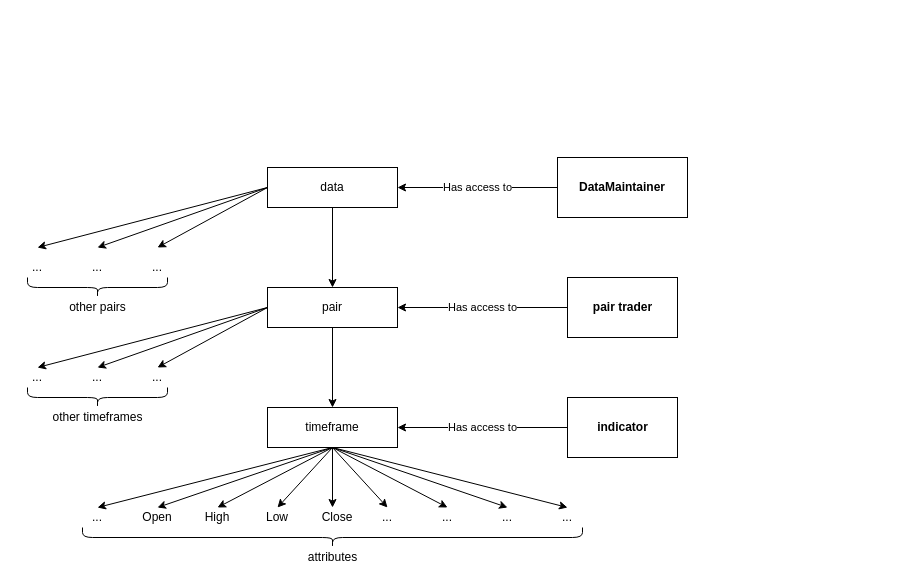
Earlier version of the draw.io diagram resources/DataMaintainer.drawio (9rib-on-the-grind/cry). Source tidied: cells renumbered, new cells numbered last; positions are measured from the earlier drawing's top-left corner, leaving out a move shared by most shapes. Both pictures are drawn from the tidied source at 100%, with x=0, y=0 at pixel (17, 157).
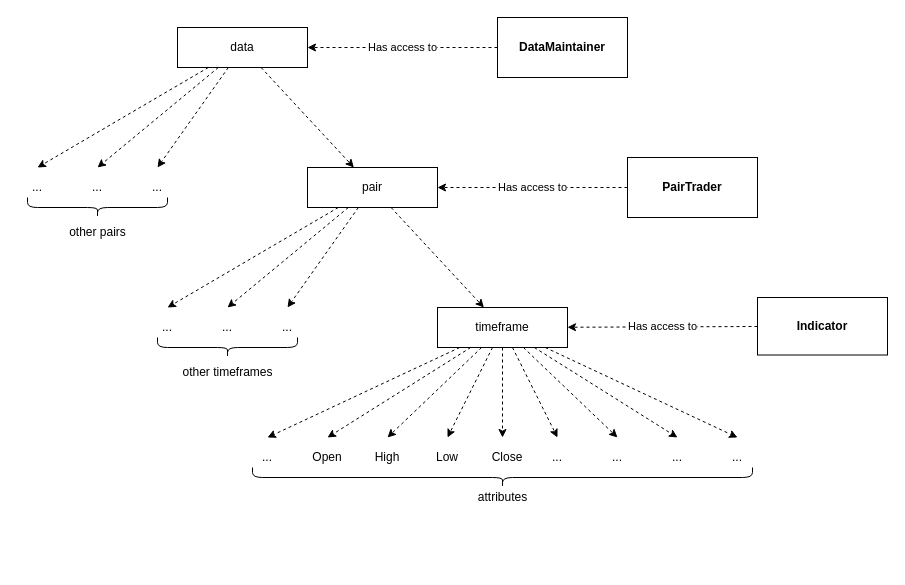
After the change.

Change to the diagram source:
```diff
@@
-    <mxCell id="2" value="data" style="rounded=0;whiteSpace=wrap;html=1;" parent="1" vertex="1">
-      <mxGeometry x="250" y="10" width="130" height="40" as="geometry" />
+    <mxCell id="2" value="pair" style="rounded=0;whiteSpace=wrap;html=1;" parent="1" vertex="1">
+      <mxGeometry x="290" y="10" width="130" height="40" as="geometry" />
     </mxCell>
-    <mxCell id="3" value="pair" style="rounded=0;whiteSpace=wrap;html=1;" parent="1" vertex="1">
-      <mxGeometry x="250" y="130" width="130" height="40" as="geometry" />
+    <mxCell id="3" value="timeframe" style="rounded=0;whiteSpace=wrap;html=1;" parent="1" vertex="1">
+      <mxGeometry x="420" y="150" width="130" height="40" as="geometry" />
     </mxCell>
-    <mxCell id="4" value="timeframe" style="rounded=0;whiteSpace=wrap;html=1;" parent="1" vertex="1">
-      <mxGeometry x="250" y="250" width="130" height="40" as="geometry" />
-    </mxCell>
-    <mxCell id="5" value="&lt;span style=&quot;color: rgb(0, 0, 0); font-family: helvetica; font-size: 11px; font-style: normal; font-weight: 400; letter-spacing: normal; text-align: center; text-indent: 0px; text-transform: none; word-spacing: 0px; background-color: rgb(255, 255, 255); display: inline; float: none;&quot;&gt;Has access to&lt;/span&gt;" style="edgeStyle=orthogonalEdgeStyle;rounded=0;jettySize=auto;html=1;entryX=1;entryY=0.5;entryDx=0;entryDy=0;" parent="1" edge="1" source="6" target="4">
-      <mxGeometry relative="1" as="geometry" />
-    </mxCell>
-    <mxCell id="6" value="&lt;b&gt;indicator&lt;/b&gt;" style="html=1;" parent="1" vertex="1">
-      <mxGeometry x="550" y="240" width="110" height="60" as="geometry" />
-    </mxCell>
-    <mxCell id="7" value="Has access to" style="edgeStyle=orthogonalEdgeStyle;rounded=0;jettySize=auto;html=1;entryX=1;entryY=0.5;entryDx=0;entryDy=0;" parent="1" edge="1" source="8" target="3">
-      <mxGeometry relative="1" as="geometry" />
-    </mxCell>
-    <mxCell id="8" value="&lt;b&gt;pair trader&lt;/b&gt;" style="html=1;" parent="1" vertex="1">
-      <mxGeometry x="550" y="120" width="110" height="60" as="geometry" />
-    </mxCell>
-    <mxCell id="9" style="endArrow=classic;html=1;exitX=0;exitY=0.5;exitDx=0;exitDy=0;" parent="1" edge="1" source="2">
-      <mxGeometry relative="1" as="geometry">
-        <mxPoint x="20" y="90" as="targetPoint" />
-      </mxGeometry>
-    </mxCell>
-    <mxCell id="10" style="endArrow=classic;html=1;exitX=0;exitY=0.5;exitDx=0;exitDy=0;" parent="1" edge="1" source="2">
-      <mxGeometry relative="1" as="geometry">
-        <mxPoint x="80" y="90" as="targetPoint" />
-      </mxGeometry>
-    </mxCell>
-    <mxCell id="11" style="endArrow=classic;html=1;" parent="1" edge="1">
-      <mxGeometry relative="1" as="geometry">
-        <mxPoint x="250" y="30" as="sourcePoint" />
-        <mxPoint x="140" y="90" as="targetPoint" />
-      </mxGeometry>
-    </mxCell>
-    <mxCell id="12" style="endArrow=classic;html=1;" parent="1" edge="1" source="2" target="3">
+    <mxCell id="12" style="endArrow=classic;html=1;dashed=1;" parent="1" edge="1" source="2" target="3">
       <mxGeometry relative="1" as="geometry" />
     </mxCell>
-    <mxCell id="13" style="endArrow=classic;html=1;" parent="1" edge="1" source="3" target="4">
-      <mxGeometry relative="1" as="geometry" />
-    </mxCell>
-    <mxCell id="14" style="endArrow=classic;html=1;exitX=0;exitY=0.5;exitDx=0;exitDy=0;" parent="1" edge="1">
-      <mxGeometry relative="1" as="geometry">
-        <mxPoint x="250" y="150" as="sourcePoint" />
-        <mxPoint x="20" y="210" as="targetPoint" />
-      </mxGeometry>
-    </mxCell>
-    <mxCell id="15" style="endArrow=classic;html=1;exitX=0;exitY=0.5;exitDx=0;exitDy=0;" parent="1" edge="1">
-      <mxGeometry relative="1" as="geometry">
-        <mxPoint x="250" y="150" as="sourcePoint" />
-        <mxPoint x="80" y="210" as="targetPoint" />
-      </mxGeometry>
-    </mxCell>
-    <mxCell id="16" style="endArrow=classic;html=1;" parent="1" edge="1">
-      <mxGeometry relative="1" as="geometry">
-        <mxPoint x="250" y="150" as="sourcePoint" />
-        <mxPoint x="140" y="210" as="targetPoint" />
-      </mxGeometry>
-    </mxCell>
-    <mxCell id="17" value="..." style="text;html=1;strokeColor=none;fillColor=none;align=center;verticalAlign=middle;whiteSpace=wrap;rounded=0;" parent="1" vertex="1">
-      <mxGeometry y="100" width="40" height="20" as="geometry" />
-    </mxCell>
-    <mxCell id="18" value="..." style="text;html=1;strokeColor=none;fillColor=none;align=center;verticalAlign=middle;whiteSpace=wrap;rounded=0;" parent="1" vertex="1">
-      <mxGeometry x="60" y="100" width="40" height="20" as="geometry" />
-    </mxCell>
-    <mxCell id="19" value="..." style="text;html=1;strokeColor=none;fillColor=none;align=center;verticalAlign=middle;whiteSpace=wrap;rounded=0;" parent="1" vertex="1">
-      <mxGeometry x="120" y="100" width="40" height="20" as="geometry" />
-    </mxCell>
-    <mxCell id="20" value="..." style="text;html=1;strokeColor=none;fillColor=none;align=center;verticalAlign=middle;whiteSpace=wrap;rounded=0;" parent="1" vertex="1">
-      <mxGeometry y="210" width="40" height="20" as="geometry" />
-    </mxCell>
-    <mxCell id="21" value="..." style="text;html=1;strokeColor=none;fillColor=none;align=center;verticalAlign=middle;whiteSpace=wrap;rounded=0;" parent="1" vertex="1">
-      <mxGeometry x="60" y="210" width="40" height="20" as="geometry" />
-    </mxCell>
-    <mxCell id="22" value="..." style="text;html=1;strokeColor=none;fillColor=none;align=center;verticalAlign=middle;whiteSpace=wrap;rounded=0;" parent="1" vertex="1">
-      <mxGeometry x="120" y="210" width="40" height="20" as="geometry" />
-    </mxCell>
-    <mxCell id="23" style="endArrow=classic;html=1;exitX=0.5;exitY=1;exitDx=0;exitDy=0;" parent="1" edge="1">
-      <mxGeometry relative="1" as="geometry">
-        <mxPoint x="315" y="290" as="sourcePoint" />
-        <mxPoint x="80" y="350" as="targetPoint" />
-      </mxGeometry>
-    </mxCell>
-    <mxCell id="24" style="endArrow=classic;html=1;exitX=0.5;exitY=1;exitDx=0;exitDy=0;" parent="1" edge="1">
-      <mxGeometry relative="1" as="geometry">
-        <mxPoint x="315" y="290" as="sourcePoint" />
-        <mxPoint x="140" y="350" as="targetPoint" />
-      </mxGeometry>
-    </mxCell>
-    <mxCell id="25" style="endArrow=classic;html=1;exitX=0.5;exitY=1;exitDx=0;exitDy=0;" parent="1" edge="1">
-      <mxGeometry relative="1" as="geometry">
-        <mxPoint x="315" y="290" as="sourcePoint" />
-        <mxPoint x="200" y="350" as="targetPoint" />
-      </mxGeometry>
-    </mxCell>
-    <mxCell id="26" value="..." style="text;html=1;strokeColor=none;fillColor=none;align=center;verticalAlign=middle;whiteSpace=wrap;rounded=0;" parent="1" vertex="1">
-      <mxGeometry x="60" y="350" width="40" height="20" as="geometry" />
-    </mxCell>
+    <mxCell id="49" value="data" style="rounded=0;whiteSpace=wrap;html=1;" parent="1" vertex="1">
+      <mxGeometry x="160" y="-130" width="130" height="40" as="geometry" />
+    </mxCell>
+    <mxCell id="50" style="endArrow=classic;html=1;dashed=1;" parent="1" edge="1" source="49">
+      <mxGeometry relative="1" as="geometry">
+        <mxPoint x="20" y="10" as="targetPoint" />
+      </mxGeometry>
+    </mxCell>
+    <mxCell id="51" style="endArrow=classic;html=1;dashed=1;" parent="1" edge="1" source="49">
+      <mxGeometry relative="1" as="geometry">
+        <mxPoint x="80" y="10" as="targetPoint" />
+      </mxGeometry>
+    </mxCell>
+    <mxCell id="52" style="endArrow=classic;html=1;dashed=1;" parent="1" edge="1" source="49">
+      <mxGeometry relative="1" as="geometry">
+        <mxPoint x="140" y="10" as="targetPoint" />
+      </mxGeometry>
+    </mxCell>
+    <mxCell id="53" style="endArrow=classic;html=1;dashed=1;" parent="1" edge="1" source="49" target="2">
+      <mxGeometry relative="1" as="geometry" />
+    </mxCell>
+    <mxCell id="54" value="..." style="text;html=1;strokeColor=none;fillColor=none;align=center;verticalAlign=middle;whiteSpace=wrap;rounded=0;" parent="1" vertex="1">
+      <mxGeometry y="20" width="40" height="20" as="geometry" />
+    </mxCell>
+    <mxCell id="55" value="..." style="text;html=1;strokeColor=none;fillColor=none;align=center;verticalAlign=middle;whiteSpace=wrap;rounded=0;" parent="1" vertex="1">
+      <mxGeometry x="60" y="20" width="40" height="20" as="geometry" />
+    </mxCell>
+    <mxCell id="56" value="..." style="text;html=1;strokeColor=none;fillColor=none;align=center;verticalAlign=middle;whiteSpace=wrap;rounded=0;" parent="1" vertex="1">
+      <mxGeometry x="120" y="20" width="40" height="20" as="geometry" />
+    </mxCell>
+    <mxCell id="57" style="shape=curlyBracket;whiteSpace=wrap;html=1;rounded=1;flipH=1;rotation=90;" parent="1" vertex="1">
+      <mxGeometry x="70" y="-20" width="20" height="140" as="geometry" />
+    </mxCell>
+    <mxCell id="45" value="other pairs" style="text;html=1;align=center;verticalAlign=middle;fillColor=#FFFFFF;" parent="1" vertex="1">
+      <mxGeometry x="45" y="65" width="70" height="20" as="geometry" />
+    </mxCell>
+    <mxCell id="58" style="endArrow=classic;html=1;dashed=1;" parent="1" edge="1" source="2">
+      <mxGeometry relative="1" as="geometry">
+        <mxPoint x="150" y="150" as="targetPoint" />
+      </mxGeometry>
+    </mxCell>
+    <mxCell id="59" style="endArrow=classic;html=1;dashed=1;" parent="1" edge="1" source="2">
+      <mxGeometry relative="1" as="geometry">
+        <mxPoint x="210" y="150" as="targetPoint" />
+      </mxGeometry>
+    </mxCell>
+    <mxCell id="60" style="endArrow=classic;html=1;dashed=1;" parent="1" edge="1" source="2">
+      <mxGeometry relative="1" as="geometry">
+        <mxPoint x="270" y="150" as="targetPoint" />
+      </mxGeometry>
+    </mxCell>
+    <mxCell id="61" value="..." style="text;html=1;strokeColor=none;fillColor=none;align=center;verticalAlign=middle;whiteSpace=wrap;rounded=0;" parent="1" vertex="1">
+      <mxGeometry x="130" y="160" width="40" height="20" as="geometry" />
+    </mxCell>
+    <mxCell id="62" value="..." style="text;html=1;strokeColor=none;fillColor=none;align=center;verticalAlign=middle;whiteSpace=wrap;rounded=0;" parent="1" vertex="1">
+      <mxGeometry x="190" y="160" width="40" height="20" as="geometry" />
+    </mxCell>
+    <mxCell id="63" value="..." style="text;html=1;strokeColor=none;fillColor=none;align=center;verticalAlign=middle;whiteSpace=wrap;rounded=0;" parent="1" vertex="1">
+      <mxGeometry x="250" y="160" width="40" height="20" as="geometry" />
+    </mxCell>
+    <mxCell id="64" style="shape=curlyBracket;whiteSpace=wrap;html=1;rounded=1;flipH=1;rotation=90;" parent="1" vertex="1">
+      <mxGeometry x="200" y="120" width="20" height="140" as="geometry" />
+    </mxCell>
+    <mxCell id="47" value="other timeframes" style="text;html=1;align=center;verticalAlign=middle;fillColor=#FFFFFF;" parent="1" vertex="1">
+      <mxGeometry x="155" y="205" width="110" height="20" as="geometry" />
+    </mxCell>
+    <mxCell id="65" style="endArrow=classic;html=1;dashed=1;" parent="1" edge="1" source="3">
+      <mxGeometry relative="1" as="geometry">
+        <mxPoint x="250" y="280" as="targetPoint" />
+      </mxGeometry>
+    </mxCell>
+    <mxCell id="66" style="endArrow=classic;html=1;dashed=1;" parent="1" edge="1" source="3">
+      <mxGeometry relative="1" as="geometry">
+        <mxPoint x="310" y="280" as="targetPoint" />
+      </mxGeometry>
+    </mxCell>
+    <mxCell id="67" style="endArrow=classic;html=1;dashed=1;" parent="1" edge="1" source="3">
+      <mxGeometry relative="1" as="geometry">
+        <mxPoint x="370" y="280" as="targetPoint" />
+      </mxGeometry>
+    </mxCell>
+    <mxCell id="68" value="..." style="text;html=1;strokeColor=none;fillColor=none;align=center;verticalAlign=middle;whiteSpace=wrap;rounded=0;" parent="1" vertex="1">
+      <mxGeometry x="230" y="290" width="40" height="20" as="geometry" />
+    </mxCell>
     <mxCell id="27" value="Open" style="text;html=1;strokeColor=none;fillColor=none;align=center;verticalAlign=middle;whiteSpace=wrap;rounded=0;" parent="1" vertex="1">
-      <mxGeometry x="120" y="350" width="40" height="20" as="geometry" />
+      <mxGeometry x="290" y="290" width="40" height="20" as="geometry" />
     </mxCell>
     <mxCell id="28" value="High" style="text;html=1;strokeColor=none;fillColor=none;align=center;verticalAlign=middle;whiteSpace=wrap;rounded=0;" parent="1" vertex="1">
-      <mxGeometry x="180" y="350" width="40" height="20" as="geometry" />
+      <mxGeometry x="350" y="290" width="40" height="20" as="geometry" />
     </mxCell>
-    <mxCell id="29" style="endArrow=classic;html=1;exitX=0.5;exitY=1;exitDx=0;exitDy=0;" parent="1" edge="1">
-      <mxGeometry relative="1" as="geometry">
-        <mxPoint x="315" y="290" as="sourcePoint" />
-        <mxPoint x="260" y="350" as="targetPoint" />
-      </mxGeometry>
-    </mxCell>
-    <mxCell id="30" style="endArrow=classic;html=1;exitX=0.5;exitY=1;exitDx=0;exitDy=0;" parent="1" edge="1">
-      <mxGeometry relative="1" as="geometry">
-        <mxPoint x="315" y="290" as="sourcePoint" />
-        <mxPoint x="315" y="350" as="targetPoint" />
-      </mxGeometry>
-    </mxCell>
+    <mxCell id="69" style="endArrow=classic;html=1;dashed=1;" parent="1" edge="1" source="3">
+      <mxGeometry relative="1" as="geometry">
+        <mxPoint x="430" y="280" as="targetPoint" />
+      </mxGeometry>
+    </mxCell>
+    <mxCell id="70" style="endArrow=classic;html=1;dashed=1;" parent="1" edge="1" source="3">
+      <mxGeometry relative="1" as="geometry">
+        <mxPoint x="485" y="280" as="targetPoint" />
+      </mxGeometry>
+    </mxCell>
     <mxCell id="31" value="Low" style="text;html=1;strokeColor=none;fillColor=none;align=center;verticalAlign=middle;whiteSpace=wrap;rounded=0;" parent="1" vertex="1">
-      <mxGeometry x="240" y="350" width="40" height="20" as="geometry" />
+      <mxGeometry x="410" y="290" width="40" height="20" as="geometry" />
     </mxCell>
     <mxCell id="32" value="Close" style="text;html=1;strokeColor=none;fillColor=none;align=center;verticalAlign=middle;whiteSpace=wrap;rounded=0;" parent="1" vertex="1">
-      <mxGeometry x="300" y="350" width="40" height="20" as="geometry" />
+      <mxGeometry x="470" y="290" width="40" height="20" as="geometry" />
     </mxCell>
-    <mxCell id="33" style="endArrow=classic;html=1;exitX=0.5;exitY=1;exitDx=0;exitDy=0;" parent="1" edge="1">
-      <mxGeometry relative="1" as="geometry">
-        <mxPoint x="315" y="290" as="sourcePoint" />
-        <mxPoint x="370" y="350" as="targetPoint" />
-      </mxGeometry>
-    </mxCell>
-    <mxCell id="34" style="endArrow=classic;html=1;exitX=0.5;exitY=1;exitDx=0;exitDy=0;" parent="1" edge="1">
-      <mxGeometry relative="1" as="geometry">
-        <mxPoint x="315" y="290" as="sourcePoint" />
-        <mxPoint x="430" y="350" as="targetPoint" />
-      </mxGeometry>
-    </mxCell>
-    <mxCell id="35" style="endArrow=classic;html=1;exitX=0.5;exitY=1;exitDx=0;exitDy=0;" parent="1" edge="1">
-      <mxGeometry relative="1" as="geometry">
-        <mxPoint x="315" y="290" as="sourcePoint" />
-        <mxPoint x="490" y="350" as="targetPoint" />
-      </mxGeometry>
-    </mxCell>
-    <mxCell id="36" value="..." style="text;html=1;strokeColor=none;fillColor=none;align=center;verticalAlign=middle;whiteSpace=wrap;rounded=0;" parent="1" vertex="1">
-      <mxGeometry x="350" y="350" width="40" height="20" as="geometry" />
-    </mxCell>
-    <mxCell id="37" value="..." style="text;html=1;strokeColor=none;fillColor=none;align=center;verticalAlign=middle;whiteSpace=wrap;rounded=0;" parent="1" vertex="1">
-      <mxGeometry x="410" y="350" width="40" height="20" as="geometry" />
-    </mxCell>
-    <mxCell id="38" value="..." style="text;html=1;strokeColor=none;fillColor=none;align=center;verticalAlign=middle;whiteSpace=wrap;rounded=0;" parent="1" vertex="1">
-      <mxGeometry x="470" y="350" width="40" height="20" as="geometry" />
-    </mxCell>
-    <mxCell id="39" style="endArrow=classic;html=1;exitX=0.5;exitY=1;exitDx=0;exitDy=0;" parent="1" edge="1">
-      <mxGeometry relative="1" as="geometry">
-        <mxPoint x="315" y="290" as="sourcePoint" />
-        <mxPoint x="550" y="350" as="targetPoint" />
-      </mxGeometry>
-    </mxCell>
-    <mxCell id="40" value="..." style="text;html=1;strokeColor=none;fillColor=none;align=center;verticalAlign=middle;whiteSpace=wrap;rounded=0;" parent="1" vertex="1">
-      <mxGeometry x="530" y="350" width="40" height="20" as="geometry" />
-    </mxCell>
+    <mxCell id="71" style="endArrow=classic;html=1;dashed=1;" parent="1" edge="1" source="3">
+      <mxGeometry relative="1" as="geometry">
+        <mxPoint x="540" y="280" as="targetPoint" />
+      </mxGeometry>
+    </mxCell>
+    <mxCell id="72" style="endArrow=classic;html=1;dashed=1;" parent="1" edge="1" source="3">
+      <mxGeometry relative="1" as="geometry">
+        <mxPoint x="600" y="280" as="targetPoint" />
+      </mxGeometry>
+    </mxCell>
+    <mxCell id="73" style="endArrow=classic;html=1;dashed=1;" parent="1" edge="1" source="3">
+      <mxGeometry relative="1" as="geometry">
+        <mxPoint x="660" y="280" as="targetPoint" />
+      </mxGeometry>
+    </mxCell>
+    <mxCell id="74" value="..." style="text;html=1;strokeColor=none;fillColor=none;align=center;verticalAlign=middle;whiteSpace=wrap;rounded=0;" parent="1" vertex="1">
+      <mxGeometry x="520" y="290" width="40" height="20" as="geometry" />
+    </mxCell>
+    <mxCell id="75" value="..." style="text;html=1;strokeColor=none;fillColor=none;align=center;verticalAlign=middle;whiteSpace=wrap;rounded=0;" parent="1" vertex="1">
+      <mxGeometry x="580" y="290" width="40" height="20" as="geometry" />
+    </mxCell>
+    <mxCell id="76" value="..." style="text;html=1;strokeColor=none;fillColor=none;align=center;verticalAlign=middle;whiteSpace=wrap;rounded=0;" parent="1" vertex="1">
+      <mxGeometry x="640" y="290" width="40" height="20" as="geometry" />
+    </mxCell>
+    <mxCell id="77" style="endArrow=classic;html=1;dashed=1;" parent="1" edge="1" source="3">
+      <mxGeometry relative="1" as="geometry">
+        <mxPoint x="720" y="280" as="targetPoint" />
+      </mxGeometry>
+    </mxCell>
+    <mxCell id="78" value="..." style="text;html=1;strokeColor=none;fillColor=none;align=center;verticalAlign=middle;whiteSpace=wrap;rounded=0;" parent="1" vertex="1">
+      <mxGeometry x="700" y="290" width="40" height="20" as="geometry" />
+    </mxCell>
+    <mxCell id="79" style="shape=curlyBracket;whiteSpace=wrap;html=1;rounded=1;flipH=1;rotation=90;" parent="1" vertex="1">
+      <mxGeometry x="475" y="70" width="20" height="500" as="geometry" />
+    </mxCell>
+    <mxCell id="48" value="attributes" style="text;html=1;align=center;verticalAlign=middle;strokeColor=none;fillColor=none;" parent="1" vertex="1">
+      <mxGeometry x="455" y="330" width="60" height="20" as="geometry" />
+    </mxCell>
     <mxCell id="41" value="&lt;b&gt;DataMaintainer&lt;/b&gt;" style="rounded=0;whiteSpace=wrap;html=1;" parent="1" vertex="1">
-      <mxGeometry x="540" width="130" height="60" as="geometry" />
+      <mxGeometry x="480" y="-140" width="130" height="60" as="geometry" />
     </mxCell>
-    <mxCell id="42" value="&lt;span style=&quot;color: rgb(0, 0, 0); font-family: helvetica; font-size: 11px; font-style: normal; font-weight: 400; letter-spacing: normal; text-align: center; text-indent: 0px; text-transform: none; word-spacing: 0px; background-color: rgb(255, 255, 255); display: inline; float: none;&quot;&gt;Has access to&lt;/span&gt;" style="endArrow=classic;html=1;" parent="1" edge="1" source="41" target="2">
-      <mxGeometry relative="1" as="geometry" />
-    </mxCell>
-    <mxCell id="43" style="shape=curlyBracket;whiteSpace=wrap;html=1;rounded=1;flipH=1;rotation=90;" parent="1" vertex="1">
-      <mxGeometry x="305" y="130" width="20" height="500" as="geometry" />
-    </mxCell>
-    <mxCell id="44" style="shape=curlyBracket;whiteSpace=wrap;html=1;rounded=1;flipH=1;rotation=90;" parent="1" vertex="1">
-      <mxGeometry x="70" y="60" width="20" height="140" as="geometry" />
-    </mxCell>
-    <mxCell id="45" value="other pairs" style="text;html=1;align=center;verticalAlign=middle;strokeColor=none;fillColor=none;" parent="1" vertex="1">
-      <mxGeometry x="45" y="140" width="70" height="20" as="geometry" />
-    </mxCell>
-    <mxCell id="46" style="shape=curlyBracket;whiteSpace=wrap;html=1;rounded=1;flipH=1;rotation=90;" parent="1" vertex="1">
-      <mxGeometry x="70" y="170" width="20" height="140" as="geometry" />
-    </mxCell>
-    <mxCell id="47" value="other timeframes" style="text;html=1;align=center;verticalAlign=middle;strokeColor=none;fillColor=none;" parent="1" vertex="1">
-      <mxGeometry x="25" y="250" width="110" height="20" as="geometry" />
-    </mxCell>
-    <mxCell id="48" value="attributes" style="text;html=1;align=center;verticalAlign=middle;strokeColor=none;fillColor=none;" parent="1" vertex="1">
-      <mxGeometry x="285" y="390" width="60" height="20" as="geometry" />
-    </mxCell>
+    <mxCell id="80" value="&lt;span style=&quot;color: rgb(0, 0, 0); font-family: helvetica; font-size: 11px; font-style: normal; font-weight: 400; letter-spacing: normal; text-align: center; text-indent: 0px; text-transform: none; word-spacing: 0px; background-color: rgb(255, 255, 255); display: inline; float: none;&quot;&gt;Has access to&lt;/span&gt;" style="endArrow=classic;html=1;dashed=1;" parent="1" edge="1" source="41" target="49">
+      <mxGeometry relative="1" as="geometry" />
+    </mxCell>
+    <mxCell id="81" value="&lt;span style=&quot;color: rgb(0, 0, 0); font-family: helvetica; font-size: 11px; font-style: normal; font-weight: 400; letter-spacing: normal; text-align: center; text-indent: 0px; text-transform: none; word-spacing: 0px; background-color: rgb(255, 255, 255); display: inline; float: none;&quot;&gt;Has access to&lt;/span&gt;" style="endArrow=classic;html=1;dashed=1;" parent="1" edge="1" source="83" target="3">
+      <mxGeometry relative="1" as="geometry" />
+    </mxCell>
+    <mxCell id="82" value="&lt;b style=&quot;color: rgb(0 , 0 , 0) ; font-family: &amp;#34;helvetica&amp;#34; ; font-size: 12px ; font-style: normal ; letter-spacing: normal ; text-align: center ; text-indent: 0px ; text-transform: none ; word-spacing: 0px ; background-color: rgb(255 , 255 , 255)&quot;&gt;PairTrader&lt;/b&gt;" style="rounded=0;whiteSpace=wrap;html=1;" parent="1" vertex="1">
+      <mxGeometry x="610" width="130" height="60" as="geometry" />
+    </mxCell>
+    <mxCell id="83" value="&lt;b&gt;Indicator&lt;/b&gt;" style="rounded=0;whiteSpace=wrap;html=1;" parent="1" vertex="1">
+      <mxGeometry x="740" y="140" width="130" height="57.5" as="geometry" />
+    </mxCell>
+    <mxCell id="84" value="&lt;span style=&quot;color: rgb(0, 0, 0); font-family: helvetica; font-size: 11px; font-style: normal; font-weight: 400; letter-spacing: normal; text-align: center; text-indent: 0px; text-transform: none; word-spacing: 0px; background-color: rgb(255, 255, 255); display: inline; float: none;&quot;&gt;Has access to&lt;/span&gt;" style="endArrow=classic;html=1;dashed=1;" parent="1" edge="1" source="82" target="2">
+      <mxGeometry relative="1" as="geometry" />
+    </mxCell>
```
